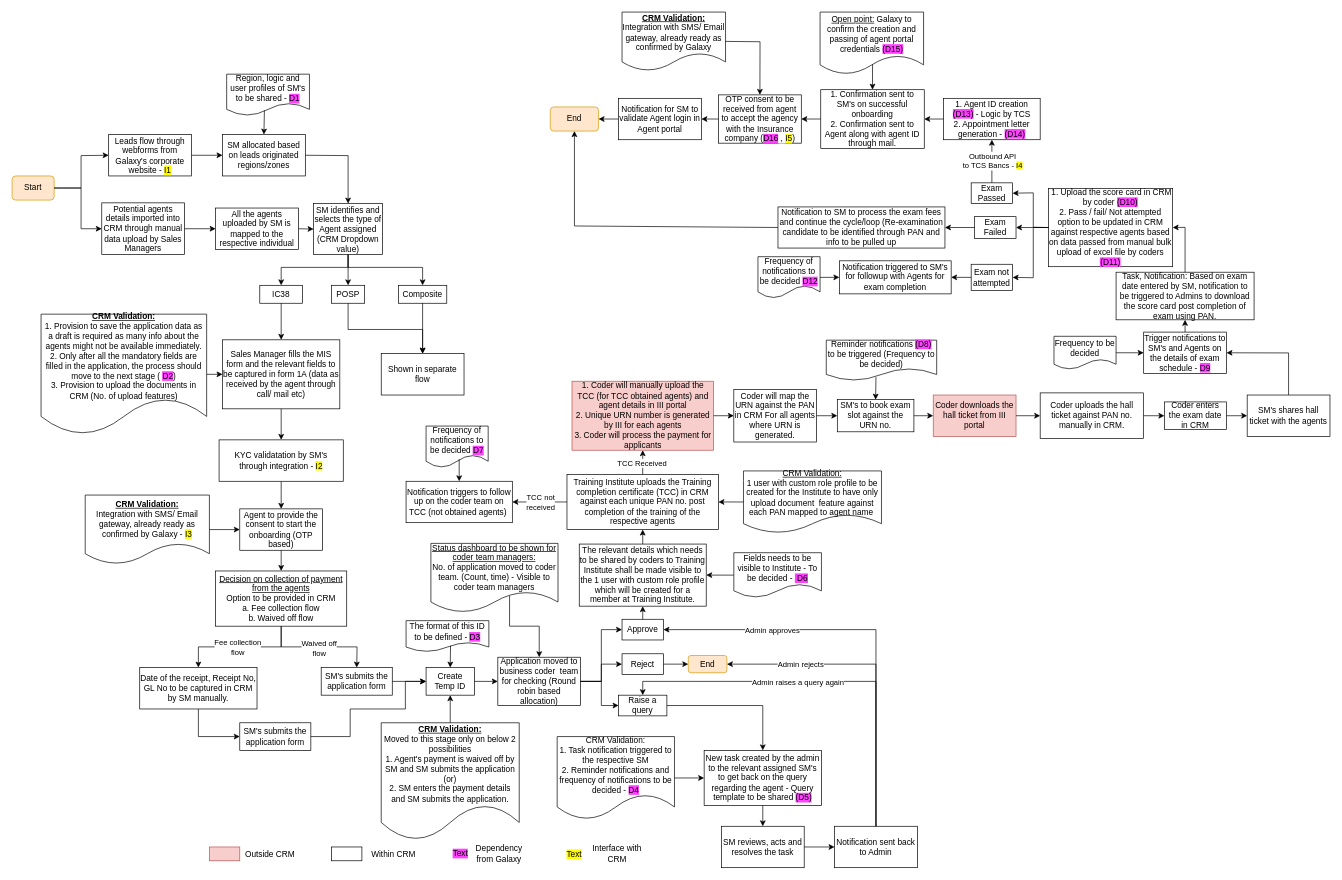
shaileshsreedar/Galaxy keeps this draw.io diagram as Agent Onboarding IC38.drawio. Above is the earlier version. Source tidied: cells renumbered, new cells numbered last; positions are measured from the earlier drawing's top-left corner, leaving out a move shared by most shapes. Both pictures are drawn from the tidied source at 69%, with x=0, y=0 at pixel (12, 12).
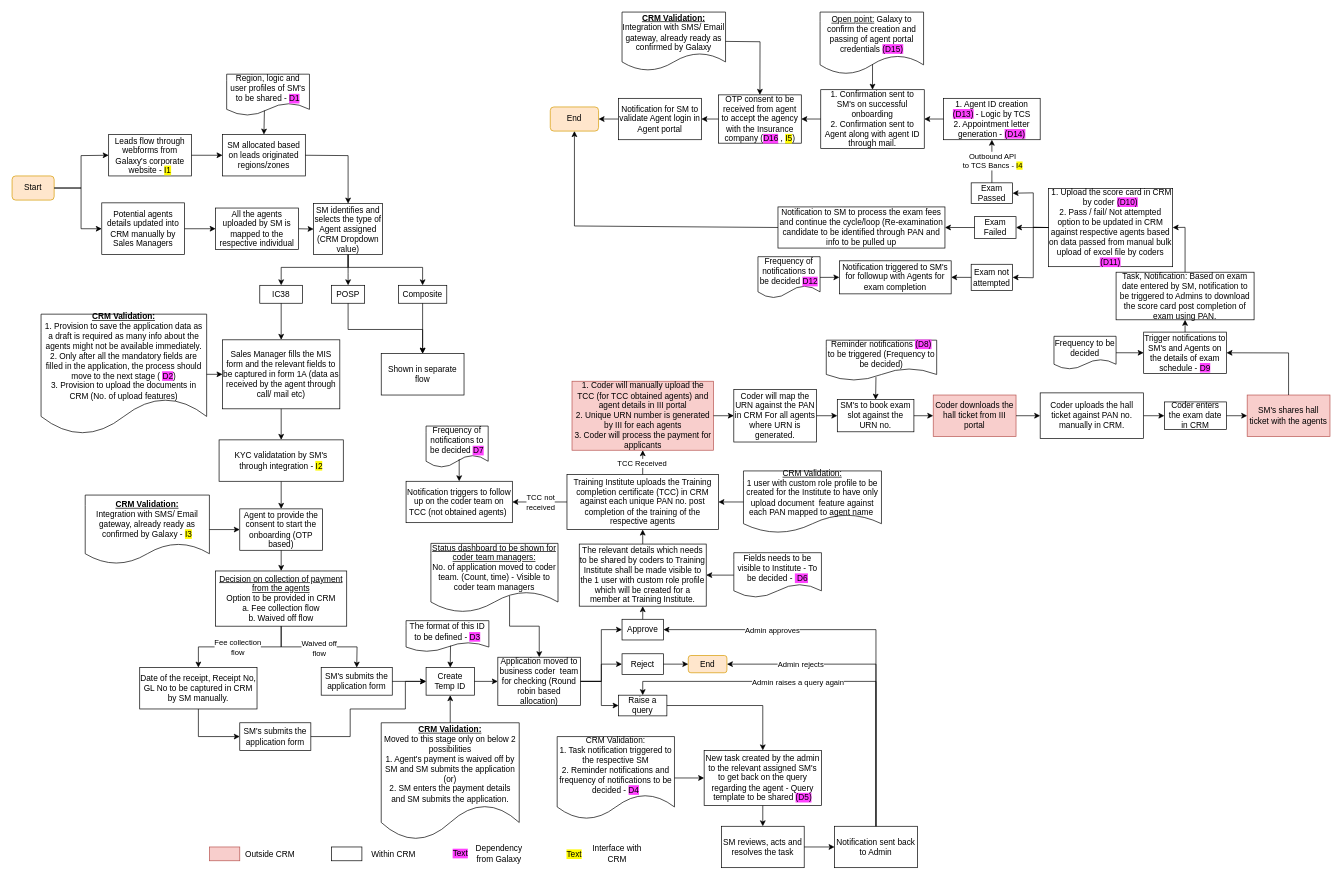
Above is the later version.

Change to the diagram source:
```diff
@@
-    <mxCell id="14" value="Potential agents details imported into CRM through manual data upload by Sales Managers" style="rounded=0;whiteSpace=wrap;html=1;" parent="1" vertex="1">
+    <mxCell id="14" value="Potential agents details updated into CRM manually by Sales Managers" style="rounded=0;whiteSpace=wrap;html=1;" parent="1" vertex="1">
       <mxGeometry x="130" y="276.5" width="120" height="75" as="geometry" />
     </mxCell>
@@
-    <mxCell id="148" value="SM's shares hall ticket with the agents" style="rounded=0;whiteSpace=wrap;html=1;" parent="1" vertex="1">
+    <mxCell id="148" value="SM's shares hall ticket with the agents" style="rounded=0;whiteSpace=wrap;html=1;fillColor=#f8cecc;strokeColor=#b85450;" parent="1" vertex="1">
       <mxGeometry x="1790" y="555" width="120" height="60" as="geometry" />
     </mxCell>
```
